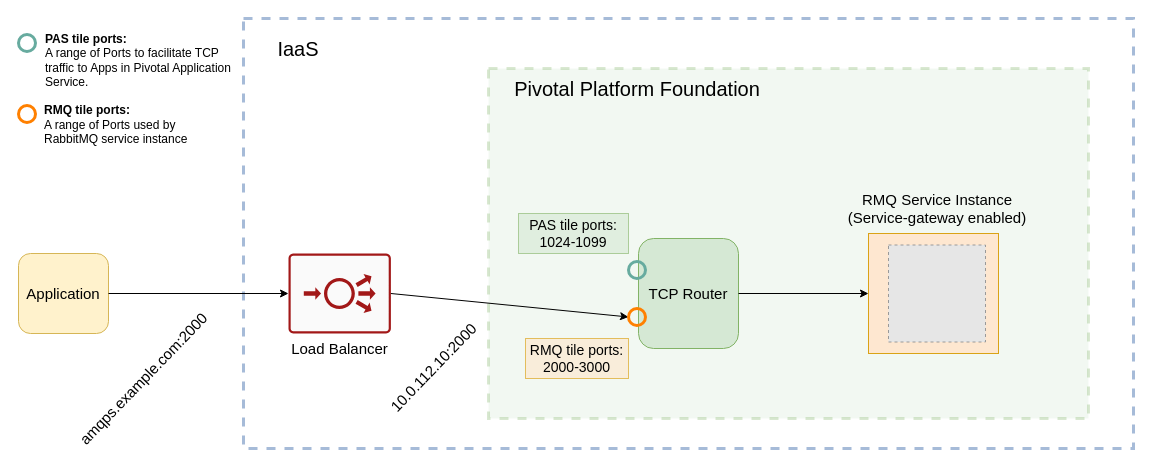
Earlier version of the draw.io diagram images/drawio/Copy of service-gateway-architecture.drawio (pivotal-cf/docs-mysql). Source tidied: cells renumbered, new cells numbered last; positions are measured from the earlier drawing's top-left corner, leaving out a move shared by most shapes. Both pictures are drawn from the tidied source at 100%, with x=0, y=0 at pixel (18, 18). Pictures stored in the file or linked from it are replaced by grey dashed boxes.
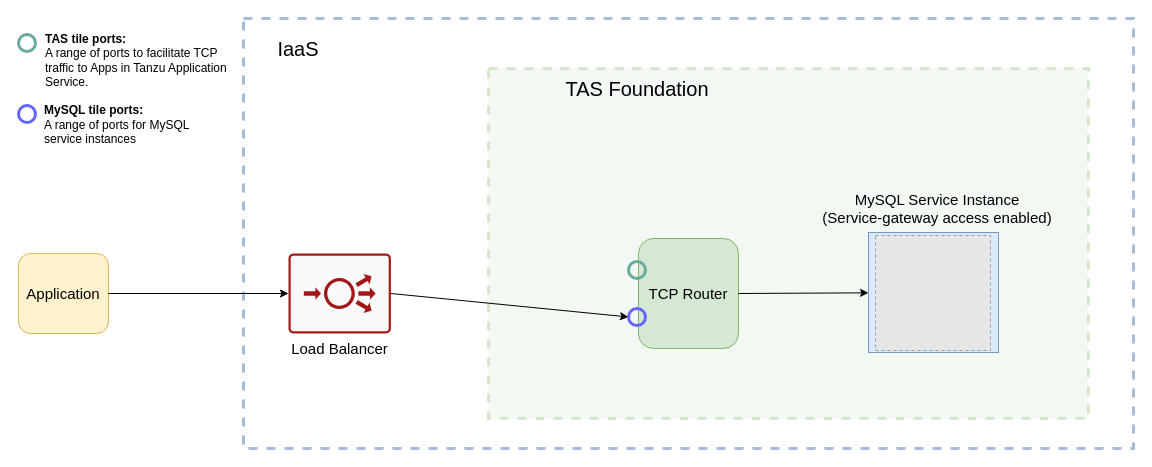
After the change.

Commit message:
[#175563532]MySQL-ified service-gateway-architecture.drawio

Unchanged cells that the change refers to:
```xml
<mxCell id="19" style="group;" parent="1" vertex="1">
  <mxGeometry x="773.5" y="180" width="290" height="155" as="geometry" />
</mxCell>
<mxCell id="23" style="group;" parent="1" vertex="1">
  <mxGeometry width="225" height="134" as="geometry" />
</mxCell>
```

The edit, as a diff of the source:
```diff
@@
-    <mxCell id="7" value="&lt;font style=&quot;font-size: 20px&quot;&gt;Pivotal Platform Foundation&lt;/font&gt;" style="text;html=1;strokeColor=none;fillColor=none;align=center;verticalAlign=middle;whiteSpace=wrap;rounded=0;opacity=90;" parent="1" vertex="1">
+    <mxCell id="7" value="&lt;font style=&quot;font-size: 20px&quot;&gt;TAS Foundation&lt;/font&gt;" style="text;html=1;strokeColor=none;fillColor=none;align=center;verticalAlign=middle;whiteSpace=wrap;rounded=0;opacity=90;" parent="1" vertex="1">
       <mxGeometry x="473.5" y="60" width="290" height="20" as="geometry" />
     </mxCell>
@@
-    <mxCell id="11" value="&lt;font style=&quot;font-size: 15px&quot;&gt;amqps.example.com:2000&lt;br&gt;&lt;/font&gt;" style="text;html=1;strokeColor=none;fillColor=none;align=center;verticalAlign=middle;whiteSpace=wrap;rounded=0;opacity=30;rotation=-46;" parent="1" vertex="1">
-      <mxGeometry x="40" y="350" width="170" height="20" as="geometry" />
-    </mxCell>
-    <mxCell id="12" value="&lt;font style=&quot;font-size: 15px&quot;&gt;10.0.112.10:2000&lt;br&gt;&lt;/font&gt;" style="text;html=1;strokeColor=none;fillColor=none;align=center;verticalAlign=middle;whiteSpace=wrap;rounded=0;opacity=30;rotation=-46;" parent="1" vertex="1">
-      <mxGeometry x="330" y="339" width="170" height="20" as="geometry" />
-    </mxCell>
@@
-    <mxCell id="15" style="ellipse;whiteSpace=wrap;html=1;strokeColor=#FF8000;strokeWidth=3;fillColor=none;" parent="1" vertex="1">
+    <mxCell id="15" style="ellipse;whiteSpace=wrap;html=1;strokeWidth=3;fillColor=none;strokeColor=#6666FF;" parent="1" vertex="1">
       <mxGeometry x="610" y="290" width="17" height="17" as="geometry" />
     </mxCell>
-    <mxCell id="16" value="&lt;font style=&quot;font-size: 14px&quot;&gt;PAS tile ports: 1024-1099&lt;/font&gt;" style="text;html=1;strokeColor=#82b366;fillColor=#d5e8d4;align=center;verticalAlign=middle;whiteSpace=wrap;rounded=0;opacity=60;" parent="1" vertex="1">
-      <mxGeometry x="500" y="195" width="110" height="40" as="geometry" />
-    </mxCell>
-    <mxCell id="17" value="&lt;font style=&quot;font-size: 14px&quot;&gt;RMQ tile ports: 2000-3000&lt;/font&gt;" style="text;html=1;strokeColor=#d79b00;fillColor=#ffe6cc;align=center;verticalAlign=middle;whiteSpace=wrap;rounded=0;opacity=60;" parent="1" vertex="1">
-      <mxGeometry x="507" y="320" width="103" height="40" as="geometry" />
-    </mxCell>
-    <mxCell id="18" style="edgeStyle=orthogonalEdgeStyle;rounded=0;orthogonalLoop=1;jettySize=auto;html=1;exitX=0.5;exitY=1;exitDx=0;exitDy=0;" parent="1" edge="1" source="17" target="17">
-      <mxGeometry relative="1" as="geometry" />
+    <mxCell id="18" style="edgeStyle=orthogonalEdgeStyle;rounded=0;orthogonalLoop=1;jettySize=auto;html=1;exitX=0.5;exitY=1;exitDx=0;exitDy=0;" parent="1" edge="1">
+      <mxGeometry relative="1" as="geometry">
+        <mxPoint x="555" y="360" as="sourcePoint" />
+        <mxPoint x="555" y="360" as="targetPoint" />
+      </mxGeometry>
     </mxCell>
@@
-    <mxCell id="20" style="rounded=0;whiteSpace=wrap;html=1;fillColor=#ffe6cc;strokeColor=#d79b00;opacity=90;" parent="19" vertex="1">
-      <mxGeometry x="76.5" y="35" width="130" height="120" as="geometry" />
+    <mxCell id="20" style="rounded=0;whiteSpace=wrap;html=1;fillColor=#dae8fc;strokeColor=#6c8ebf;opacity=90;" parent="19" vertex="1">
+      <mxGeometry x="76.5" y="34" width="130" height="120" as="geometry" />
     </mxCell>
-    <mxCell id="21" value="&lt;font style=&quot;font-size: 15px&quot;&gt;RMQ Service Instance &lt;br&gt;(S&lt;/font&gt;&lt;span style=&quot;font-size: 15px&quot;&gt;ervice-gateway enabled)&lt;/span&gt;" style="text;html=1;strokeColor=none;fillColor=none;align=center;verticalAlign=middle;whiteSpace=wrap;rounded=0;opacity=90;" parent="19" vertex="1">
+    <mxCell id="21" value="&lt;font style=&quot;font-size: 15px&quot;&gt;MySQL Service Instance &lt;br&gt;(S&lt;/font&gt;&lt;span style=&quot;font-size: 15px&quot;&gt;ervice-gateway access enabled)&lt;/span&gt;" style="text;html=1;strokeColor=none;fillColor=none;align=center;verticalAlign=middle;whiteSpace=wrap;rounded=0;opacity=90;" parent="19" vertex="1">
       <mxGeometry width="290" height="20" as="geometry" />
     </mxCell>
-    <mxCell id="22" style="fillColor=#E6E6E6;strokeColor=#999999;dashed=1;verticalLabelPosition=bottom;labelBackgroundColor=#ffffff;verticalAlign=top;" parent="19" vertex="1">
-      <mxGeometry x="96.5" y="46.5" width="97" height="97" as="geometry" />
-    </mxCell>
+    <mxCell id="28" style="fillColor=#E6E6E6;strokeColor=#999999;dashed=1;verticalLabelPosition=bottom;labelBackgroundColor=#ffffff;verticalAlign=top;" parent="19" vertex="1">
+      <mxGeometry x="83.5" y="37" width="115" height="115" as="geometry" />
+    </mxCell>
@@
-    <mxCell id="24" value="&lt;div&gt;&lt;br&gt;&lt;/div&gt;&lt;div&gt;&lt;b&gt; PAS ti&lt;/b&gt;&lt;b&gt;le ports:&lt;/b&gt;&lt;/div&gt;A range of Ports to facilitate TCP traffic to Apps in Pivotal Application Service." style="text;html=1;strokeColor=none;fillColor=none;align=left;verticalAlign=middle;whiteSpace=wrap;rounded=0;" parent="23" vertex="1">
+    <mxCell id="24" value="&lt;div&gt;&lt;br&gt;&lt;/div&gt;&lt;div&gt;&lt;b&gt;TAS ti&lt;/b&gt;&lt;b&gt;le ports:&lt;/b&gt;&lt;/div&gt;A range of ports to facilitate TCP traffic to Apps in Tanzu Application Service." style="text;html=1;strokeColor=none;fillColor=none;align=left;verticalAlign=middle;whiteSpace=wrap;rounded=0;" parent="23" vertex="1">
       <mxGeometry x="25" width="200" height="70" as="geometry" />
     </mxCell>
@@
-    <mxCell id="26" style="ellipse;whiteSpace=wrap;html=1;strokeColor=#FF8000;strokeWidth=3;fillColor=none;" parent="23" vertex="1">
+    <mxCell id="26" style="ellipse;whiteSpace=wrap;html=1;strokeWidth=3;fillColor=none;strokeColor=#6666FF;" parent="23" vertex="1">
       <mxGeometry y="87" width="17" height="17" as="geometry" />
     </mxCell>
-    <mxCell id="27" value="&lt;div&gt;&lt;br&gt;&lt;/div&gt;&lt;div&gt;&lt;b&gt; RMQ ti&lt;/b&gt;&lt;b&gt;le ports:&lt;/b&gt;&lt;/div&gt;A range of Ports used by RabbitMQ service instance" style="text;html=1;strokeColor=none;fillColor=none;align=left;verticalAlign=middle;whiteSpace=wrap;rounded=0;" parent="23" vertex="1">
+    <mxCell id="27" value="&lt;div&gt;&lt;br&gt;&lt;/div&gt;&lt;div&gt;&lt;b&gt; MySQL ti&lt;/b&gt;&lt;b&gt;le ports:&lt;/b&gt;&lt;/div&gt;A range of ports for MySQL service instances" style="text;html=1;strokeColor=none;fillColor=none;align=left;verticalAlign=middle;whiteSpace=wrap;rounded=0;" parent="23" vertex="1">
       <mxGeometry x="24" y="64" width="176" height="70" as="geometry" />
     </mxCell>
```
